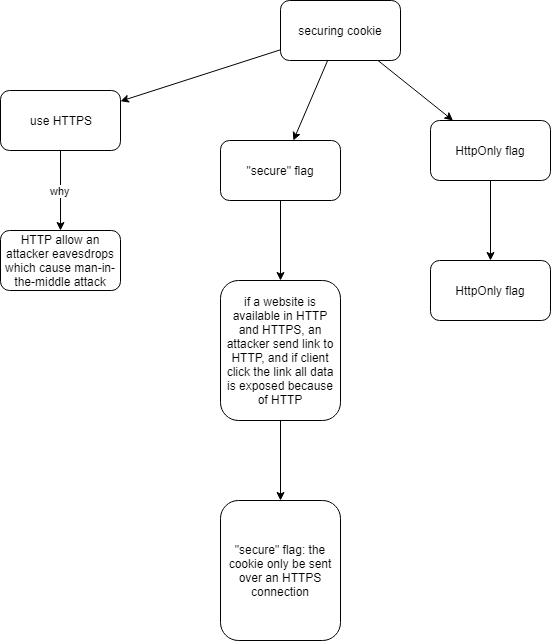
Before: cookie_concept.png, a diagram exported from draw.io (stsiwo/security_concept). Source tidied: cells renumbered, new cells last; positions are measured from the earlier drawing's top-left corner, leaving out a move shared by most shapes. Source of this version:
```xml
<mxGraphModel background="#FFFFFF">
  <root>
    <mxCell id="0" />
    <mxCell id="1" parent="0" />
    <mxCell id="2" style="rounded=0;html=1;jettySize=auto;" parent="1" edge="1" source="5" target="15">
      <mxGeometry relative="1" as="geometry" />
    </mxCell>
    <mxCell id="3" style="edgeStyle=none;rounded=0;html=1;jettySize=auto;" parent="1" edge="1" source="5" target="10">
      <mxGeometry relative="1" as="geometry" />
    </mxCell>
    <mxCell id="4" style="edgeStyle=none;rounded=0;html=1;jettySize=auto;" parent="1" edge="1" source="5" target="7">
      <mxGeometry relative="1" as="geometry" />
    </mxCell>
    <mxCell id="5" value="securing cookie" style="rounded=1;whiteSpace=wrap;html=1;" parent="1" vertex="1">
      <mxGeometry x="280" width="120" height="60" as="geometry" />
    </mxCell>
    <mxCell id="6" style="edgeStyle=none;rounded=0;html=1;jettySize=auto;" parent="1" edge="1" source="7" target="8">
      <mxGeometry relative="1" as="geometry" />
    </mxCell>
    <mxCell id="7" value="HttpOnly flag" style="rounded=1;whiteSpace=wrap;html=1;" parent="1" vertex="1">
      <mxGeometry x="430" y="120" width="120" height="60" as="geometry" />
    </mxCell>
    <mxCell id="8" value="HttpOnly flag" style="rounded=1;whiteSpace=wrap;html=1;" parent="1" vertex="1">
      <mxGeometry x="430" y="260" width="120" height="60" as="geometry" />
    </mxCell>
    <mxCell id="9" style="edgeStyle=none;rounded=0;html=1;jettySize=auto;" parent="1" edge="1" source="10" target="12">
      <mxGeometry relative="1" as="geometry" />
    </mxCell>
    <mxCell id="10" value="&quot;secure&quot; flag" style="rounded=1;whiteSpace=wrap;html=1;" parent="1" vertex="1">
      <mxGeometry x="220" y="140" width="120" height="60" as="geometry" />
    </mxCell>
    <mxCell id="11" style="edgeStyle=none;rounded=0;html=1;jettySize=auto;" parent="1" edge="1" source="12" target="13">
      <mxGeometry relative="1" as="geometry" />
    </mxCell>
    <mxCell id="12" value="if a website is available in HTTP and HTTPS, an attacker send link to HTTP, and if client click the link all data is exposed because of HTTP" style="rounded=1;whiteSpace=wrap;html=1;" parent="1" vertex="1">
      <mxGeometry x="220" y="280" width="120" height="140" as="geometry" />
    </mxCell>
    <mxCell id="13" value="&quot;secure&quot; flag: the cookie only be sent over an HTTPS connection" style="rounded=1;whiteSpace=wrap;html=1;" parent="1" vertex="1">
      <mxGeometry x="220" y="500" width="120" height="140" as="geometry" />
    </mxCell>
    <mxCell id="14" value="why" style="edgeStyle=none;rounded=0;html=1;jettySize=auto;" parent="1" edge="1" source="15" target="16">
      <mxGeometry relative="1" as="geometry" />
    </mxCell>
    <mxCell id="15" value="use HTTPS" style="rounded=1;whiteSpace=wrap;html=1;" parent="1" vertex="1">
      <mxGeometry y="90" width="120" height="60" as="geometry" />
    </mxCell>
    <mxCell id="16" value="HTTP allow an attacker eavesdrops which cause man-in-the-middle attack" style="rounded=1;whiteSpace=wrap;html=1;" parent="1" vertex="1">
      <mxGeometry y="230" width="120" height="60" as="geometry" />
    </mxCell>
  </root>
</mxGraphModel>
```
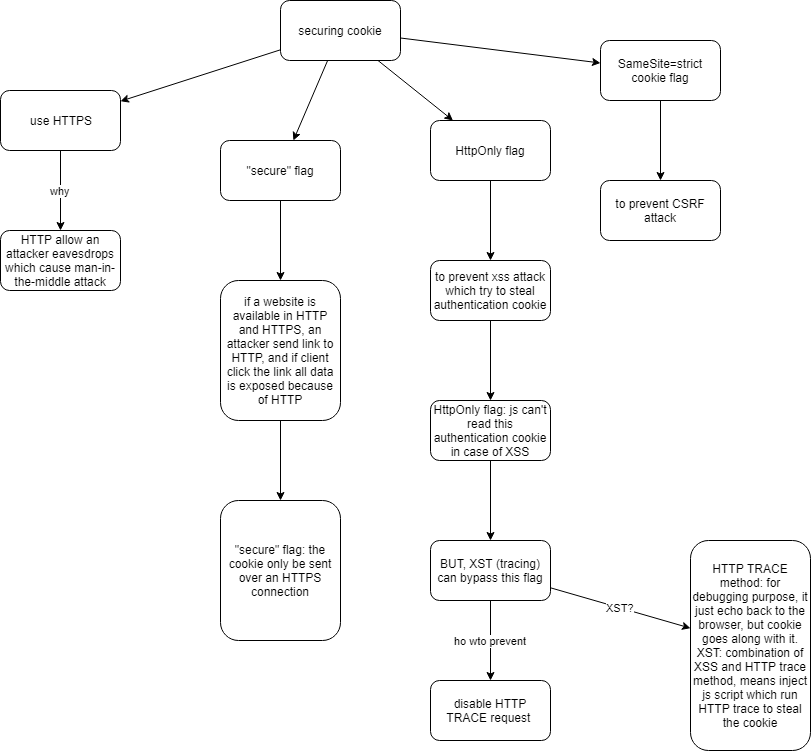
Above is the later version.

Change to the diagram source:
```diff
@@ -11,18 +11,54 @@
     <mxCell id="4" style="edgeStyle=none;rounded=0;html=1;jettySize=auto;" parent="1" edge="1" source="5" target="7">
       <mxGeometry relative="1" as="geometry" />
     </mxCell>
+    <mxCell id="17" style="edgeStyle=none;rounded=0;html=1;jettySize=auto;" parent="1" edge="1" source="5" target="19">
+      <mxGeometry relative="1" as="geometry" />
+    </mxCell>
     <mxCell id="5" value="securing cookie" style="rounded=1;whiteSpace=wrap;html=1;" parent="1" vertex="1">
       <mxGeometry x="280" width="120" height="60" as="geometry" />
     </mxCell>
+    <mxCell id="18" style="edgeStyle=none;rounded=0;html=1;jettySize=auto;" parent="1" edge="1" source="19" target="20">
+      <mxGeometry relative="1" as="geometry" />
+    </mxCell>
+    <mxCell id="19" value="SameSite=strict cookie flag" style="rounded=1;whiteSpace=wrap;html=1;" parent="1" vertex="1">
+      <mxGeometry x="600" y="40" width="120" height="60" as="geometry" />
+    </mxCell>
+    <mxCell id="20" value="to prevent CSRF attack" style="rounded=1;whiteSpace=wrap;html=1;" parent="1" vertex="1">
+      <mxGeometry x="600" y="180" width="120" height="60" as="geometry" />
+    </mxCell>
     <mxCell id="6" style="edgeStyle=none;rounded=0;html=1;jettySize=auto;" parent="1" edge="1" source="7" target="8">
       <mxGeometry relative="1" as="geometry" />
     </mxCell>
     <mxCell id="7" value="HttpOnly flag" style="rounded=1;whiteSpace=wrap;html=1;" parent="1" vertex="1">
       <mxGeometry x="430" y="120" width="120" height="60" as="geometry" />
     </mxCell>
+    <mxCell id="21" style="edgeStyle=none;rounded=0;html=1;jettySize=auto;" parent="1" edge="1" source="8" target="23">
+      <mxGeometry relative="1" as="geometry" />
+    </mxCell>
-    <mxCell id="8" value="HttpOnly flag" style="rounded=1;whiteSpace=wrap;html=1;" parent="1" vertex="1">
+    <mxCell id="8" value="to prevent xss attack which try to steal authentication cookie" style="rounded=1;whiteSpace=wrap;html=1;" parent="1" vertex="1">
       <mxGeometry x="430" y="260" width="120" height="60" as="geometry" />
     </mxCell>
+    <mxCell id="22" style="edgeStyle=none;rounded=0;html=1;jettySize=auto;" parent="1" edge="1" source="23" target="26">
+      <mxGeometry relative="1" as="geometry" />
+    </mxCell>
+    <mxCell id="23" value="HttpOnly flag: js can't read this authentication cookie in case of XSS" style="rounded=1;whiteSpace=wrap;html=1;" parent="1" vertex="1">
+      <mxGeometry x="430" y="400" width="120" height="60" as="geometry" />
+    </mxCell>
+    <mxCell id="24" value="XST?" style="edgeStyle=none;rounded=0;html=1;jettySize=auto;" parent="1" edge="1" source="26" target="28">
+      <mxGeometry relative="1" as="geometry" />
+    </mxCell>
+    <mxCell id="25" value="ho wto prevent" style="edgeStyle=none;rounded=0;html=1;jettySize=auto;" parent="1" edge="1" source="26" target="27">
+      <mxGeometry relative="1" as="geometry" />
+    </mxCell>
+    <mxCell id="26" value="BUT, XST (tracing) can bypass this flag" style="rounded=1;whiteSpace=wrap;html=1;" parent="1" vertex="1">
+      <mxGeometry x="430" y="540" width="120" height="60" as="geometry" />
+    </mxCell>
+    <mxCell id="27" value="disable HTTP TRACE request&amp;nbsp;" style="rounded=1;whiteSpace=wrap;html=1;" parent="1" vertex="1">
+      <mxGeometry x="430" y="680" width="120" height="60" as="geometry" />
+    </mxCell>
+    <mxCell id="28" value="HTTP TRACE method: for debugging purpose, it just echo back to the browser, but cookie goes along with it.&lt;br&gt;XST: combination of XSS and HTTP trace method, means inject js script which run HTTP trace to steal the cookie&lt;br&gt;" style="rounded=1;whiteSpace=wrap;html=1;" parent="1" vertex="1">
+      <mxGeometry x="690" y="540" width="120" height="210" as="geometry" />
+    </mxCell>
     <mxCell id="9" style="edgeStyle=none;rounded=0;html=1;jettySize=auto;" parent="1" edge="1" source="10" target="12">
       <mxGeometry relative="1" as="geometry" />
     </mxCell>
```
